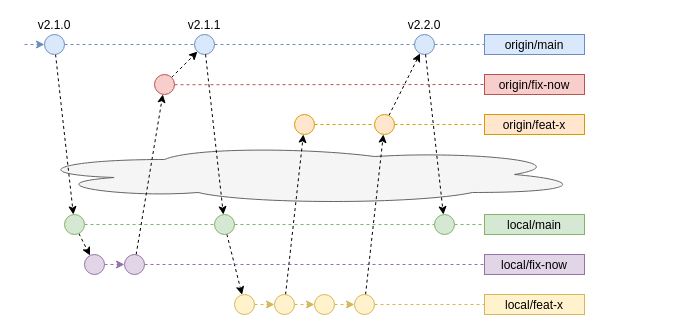
This is page "basic" (1 of 5) of images/workflow.drawio from old-xebis/repository-template, a draw.io file, before an edit. Source tidied: cells renumbered, new cells numbered last; positions are measured from the earlier drawing's top-left corner, leaving out a move shared by most shapes. Both pictures are drawn from the tidied source at 100%, with x=0, y=0 at pixel (24, 34).
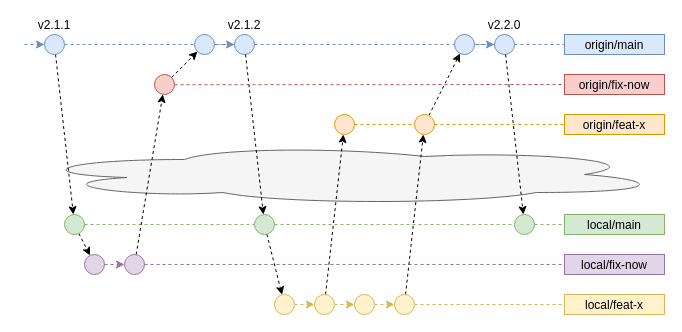
The same page after the edit.

The change refers to these unchanged cells:
```xml
<mxCell id="30" style="ellipse;whiteSpace=wrap;html=1;fillColor=#f8cecc;strokeColor=#b85450;labelPosition=center;verticalLabelPosition=top;align=center;verticalAlign=bottom;fontColor=#000000;rounded=0;" parent="1" vertex="1">
  <mxGeometry x="130" y="40" width="20" height="20" as="geometry" />
</mxCell>
```

What changed in the source:
```diff
@@
     <mxCell id="2" style="ellipse;shape=cloud;whiteSpace=wrap;html=1;verticalAlign=middle;fillColor=#f5f5f5;fontColor=#000000;strokeColor=#666666;rounded=0;" parent="1" vertex="1">
-      <mxGeometry y="110" width="560" height="60" as="geometry" />
+      <mxGeometry y="110" width="640" height="60" as="geometry" />
     </mxCell>
-    <mxCell id="3" style="edgeStyle=orthogonalEdgeStyle;jettySize=auto;html=1;fontColor=#000000;dashed=1;fillColor=#dae8fc;strokeColor=#6c8ebf;endArrow=none;endFill=0;rounded=0;" parent="1" edge="1" source="6" target="8">
-      <mxGeometry relative="1" as="geometry" />
-    </mxCell>
@@
+    <mxCell id="50" style="edgeStyle=orthogonalEdgeStyle;rounded=0;jettySize=auto;html=1;dashed=1;fontColor=#000000;strokeColor=#6c8ebf;fillColor=#dae8fc;endFill=0;endArrow=none;" parent="1" edge="1" source="6" target="53">
+      <mxGeometry relative="1" as="geometry" />
+    </mxCell>
-    <mxCell id="6" value="v2.1.0" style="ellipse;whiteSpace=wrap;html=1;fillColor=#dae8fc;strokeColor=#6c8ebf;labelPosition=center;verticalLabelPosition=top;align=center;verticalAlign=bottom;fontColor=#000000;rounded=0;" parent="1" vertex="1">
+    <mxCell id="6" value="v2.1.1" style="ellipse;whiteSpace=wrap;html=1;fillColor=#dae8fc;strokeColor=#6c8ebf;labelPosition=center;verticalLabelPosition=top;align=center;verticalAlign=bottom;fontColor=#000000;rounded=0;" parent="1" vertex="1">
       <mxGeometry x="20" width="20" height="20" as="geometry" />
     </mxCell>
-    <mxCell id="7" style="edgeStyle=orthogonalEdgeStyle;jettySize=auto;html=1;dashed=1;fontColor=#000000;endArrow=none;endFill=0;strokeColor=#6c8ebf;fillColor=#dae8fc;rounded=0;" parent="1" edge="1" source="8" target="10">
-      <mxGeometry relative="1" as="geometry" />
-    </mxCell>
+    <mxCell id="51" style="edgeStyle=orthogonalEdgeStyle;rounded=0;jettySize=auto;html=1;endArrow=none;endFill=0;dashed=1;fontColor=#000000;strokeColor=#6c8ebf;fillColor=#dae8fc;" parent="1" edge="1" source="8" target="55">
+      <mxGeometry relative="1" as="geometry" />
+    </mxCell>
-    <mxCell id="8" value="v2.1.1" style="ellipse;whiteSpace=wrap;html=1;fillColor=#dae8fc;strokeColor=#6c8ebf;labelPosition=center;verticalLabelPosition=top;align=center;verticalAlign=bottom;fontColor=#000000;rounded=0;" parent="1" vertex="1">
-      <mxGeometry x="170" width="20" height="20" as="geometry" />
+    <mxCell id="8" value="v2.1.2" style="ellipse;whiteSpace=wrap;html=1;fillColor=#dae8fc;strokeColor=#6c8ebf;labelPosition=center;verticalLabelPosition=top;align=center;verticalAlign=bottom;fontColor=#000000;rounded=0;" parent="1" vertex="1">
+      <mxGeometry x="210" width="20" height="20" as="geometry" />
     </mxCell>
@@
     <mxCell id="10" value="v2.2.0" style="ellipse;whiteSpace=wrap;html=1;fillColor=#dae8fc;strokeColor=#6c8ebf;labelPosition=center;verticalLabelPosition=top;align=center;verticalAlign=bottom;fontColor=#000000;rounded=0;" parent="1" vertex="1">
-      <mxGeometry x="390" width="20" height="20" as="geometry" />
+      <mxGeometry x="470" width="20" height="20" as="geometry" />
     </mxCell>
     <mxCell id="11" value="origin/main" style="whiteSpace=wrap;html=1;fontColor=#000000;verticalAlign=bottom;strokeColor=#6c8ebf;fillColor=#dae8fc;rounded=0;" parent="1" vertex="1">
-      <mxGeometry x="460" width="100" height="20" as="geometry" />
+      <mxGeometry x="540" width="100" height="20" as="geometry" />
     </mxCell>
@@
     <mxCell id="17" style="ellipse;whiteSpace=wrap;html=1;fillColor=#d5e8d4;strokeColor=#82b366;labelPosition=center;verticalLabelPosition=top;align=center;verticalAlign=bottom;fontColor=#000000;rounded=0;" parent="1" vertex="1">
-      <mxGeometry x="190" y="180" width="20" height="20" as="geometry" />
+      <mxGeometry x="230" y="180" width="20" height="20" as="geometry" />
     </mxCell>
@@
     <mxCell id="20" style="ellipse;whiteSpace=wrap;html=1;fillColor=#d5e8d4;strokeColor=#82b366;labelPosition=center;verticalLabelPosition=top;align=center;verticalAlign=bottom;fontColor=#000000;rounded=0;" parent="1" vertex="1">
-      <mxGeometry x="410" y="180" width="20" height="20" as="geometry" />
+      <mxGeometry x="490" y="180" width="20" height="20" as="geometry" />
     </mxCell>
@@
     <mxCell id="22" value="local/main" style="whiteSpace=wrap;html=1;verticalAlign=bottom;strokeColor=#82b366;fillColor=#d5e8d4;fontColor=#000000;rounded=0;" parent="1" vertex="1">
-      <mxGeometry x="460" y="180" width="100" height="20" as="geometry" />
+      <mxGeometry x="540" y="180" width="100" height="20" as="geometry" />
     </mxCell>
@@
     <mxCell id="27" value="local/fix-now" style="whiteSpace=wrap;html=1;verticalAlign=bottom;strokeColor=#9673a6;fillColor=#e1d5e7;fontColor=#000000;rounded=0;" parent="1" vertex="1">
-      <mxGeometry x="460" y="220" width="100" height="20" as="geometry" />
+      <mxGeometry x="540" y="220" width="100" height="20" as="geometry" />
     </mxCell>
@@
-    <mxCell id="29" style="edgeStyle=none;jettySize=auto;html=1;dashed=1;fontColor=#000000;endArrow=classic;endFill=1;rounded=0;" parent="1" edge="1" source="30" target="8">
+    <mxCell id="29" style="edgeStyle=none;jettySize=auto;html=1;dashed=1;fontColor=#000000;endArrow=classic;endFill=1;rounded=0;" parent="1" edge="1" source="30" target="53">
       <mxGeometry relative="1" as="geometry" />
     </mxCell>
@@
     <mxCell id="31" value="origin/fix-now" style="whiteSpace=wrap;html=1;verticalAlign=bottom;strokeColor=#b85450;fillColor=#f8cecc;fontColor=#000000;rounded=0;" parent="1" vertex="1">
-      <mxGeometry x="460" y="40" width="100" height="20" as="geometry" />
+      <mxGeometry x="540" y="40" width="100" height="20" as="geometry" />
     </mxCell>
@@
     <mxCell id="33" style="ellipse;whiteSpace=wrap;html=1;fillColor=#fff2cc;strokeColor=#d6b656;labelPosition=center;verticalLabelPosition=top;align=center;verticalAlign=bottom;fontColor=#000000;rounded=0;" parent="1" vertex="1">
-      <mxGeometry x="210" y="260" width="20" height="20" as="geometry" />
+      <mxGeometry x="250" y="260" width="20" height="20" as="geometry" />
     </mxCell>
@@
     <mxCell id="36" style="ellipse;whiteSpace=wrap;html=1;fillColor=#fff2cc;strokeColor=#d6b656;labelPosition=center;verticalLabelPosition=top;align=center;verticalAlign=bottom;fontColor=#000000;rounded=0;" parent="1" vertex="1">
-      <mxGeometry x="250" y="260" width="20" height="20" as="geometry" />
+      <mxGeometry x="290" y="260" width="20" height="20" as="geometry" />
     </mxCell>
@@
     <mxCell id="38" style="ellipse;whiteSpace=wrap;html=1;fillColor=#fff2cc;strokeColor=#d6b656;labelPosition=center;verticalLabelPosition=top;align=center;verticalAlign=bottom;fontColor=#000000;rounded=0;" parent="1" vertex="1">
-      <mxGeometry x="290" y="260" width="20" height="20" as="geometry" />
+      <mxGeometry x="330" y="260" width="20" height="20" as="geometry" />
     </mxCell>
@@
     <mxCell id="41" style="ellipse;whiteSpace=wrap;html=1;fillColor=#fff2cc;strokeColor=#d6b656;labelPosition=center;verticalLabelPosition=top;align=center;verticalAlign=bottom;fontColor=#000000;rounded=0;" parent="1" vertex="1">
-      <mxGeometry x="330" y="260" width="20" height="20" as="geometry" />
+      <mxGeometry x="370" y="260" width="20" height="20" as="geometry" />
     </mxCell>
     <mxCell id="42" value="local/feat-x" style="whiteSpace=wrap;html=1;verticalAlign=bottom;strokeColor=#d6b656;fillColor=#fff2cc;fontColor=#000000;rounded=0;" parent="1" vertex="1">
-      <mxGeometry x="460" y="260" width="100" height="20" as="geometry" />
+      <mxGeometry x="540" y="260" width="100" height="20" as="geometry" />
     </mxCell>
@@
     <mxCell id="44" style="ellipse;whiteSpace=wrap;html=1;fillColor=#ffe6cc;strokeColor=#d79b00;labelPosition=center;verticalLabelPosition=top;align=center;verticalAlign=bottom;fontColor=#000000;rounded=0;" parent="1" vertex="1">
-      <mxGeometry x="270" y="80" width="20" height="20" as="geometry" />
+      <mxGeometry x="310" y="80" width="20" height="20" as="geometry" />
     </mxCell>
-    <mxCell id="45" style="edgeStyle=none;jettySize=auto;html=1;dashed=1;fontColor=#000000;endArrow=classic;endFill=1;rounded=0;" parent="1" edge="1" source="47" target="10">
+    <mxCell id="45" style="edgeStyle=none;jettySize=auto;html=1;dashed=1;fontColor=#000000;endArrow=classic;endFill=1;rounded=0;" parent="1" edge="1" source="47" target="55">
       <mxGeometry relative="1" as="geometry" />
     </mxCell>
@@
     <mxCell id="47" style="ellipse;whiteSpace=wrap;html=1;fillColor=#ffe6cc;strokeColor=#d79b00;labelPosition=center;verticalLabelPosition=top;align=center;verticalAlign=bottom;fontColor=#000000;rounded=0;" parent="1" vertex="1">
-      <mxGeometry x="350" y="80" width="20" height="20" as="geometry" />
+      <mxGeometry x="390" y="80" width="20" height="20" as="geometry" />
     </mxCell>
     <mxCell id="48" value="origin/feat-x" style="whiteSpace=wrap;html=1;verticalAlign=bottom;strokeColor=#d79b00;fillColor=#ffe6cc;fontColor=#000000;rounded=0;" parent="1" vertex="1">
-      <mxGeometry x="460" y="80" width="100" height="20" as="geometry" />
+      <mxGeometry x="540" y="80" width="100" height="20" as="geometry" />
     </mxCell>
@@
+    <mxCell id="52" style="edgeStyle=orthogonalEdgeStyle;rounded=0;jettySize=auto;html=1;dashed=1;fontColor=#000000;strokeColor=#6c8ebf;fillColor=#dae8fc;endFill=1;endArrow=classic;" parent="1" edge="1" source="53" target="8">
+      <mxGeometry relative="1" as="geometry" />
+    </mxCell>
+    <mxCell id="53" style="ellipse;whiteSpace=wrap;html=1;fillColor=#dae8fc;strokeColor=#6c8ebf;labelPosition=center;verticalLabelPosition=top;align=center;verticalAlign=bottom;fontColor=#000000;rounded=0;" parent="1" vertex="1">
+      <mxGeometry x="170" width="20" height="20" as="geometry" />
+    </mxCell>
+    <mxCell id="54" style="edgeStyle=orthogonalEdgeStyle;rounded=0;jettySize=auto;html=1;endArrow=classic;endFill=1;dashed=1;fontColor=#000000;strokeColor=#6c8ebf;fillColor=#dae8fc;" parent="1" edge="1" source="55" target="10">
+      <mxGeometry relative="1" as="geometry" />
+    </mxCell>
+    <mxCell id="55" style="ellipse;whiteSpace=wrap;html=1;fillColor=#dae8fc;strokeColor=#6c8ebf;labelPosition=center;verticalLabelPosition=top;align=center;verticalAlign=bottom;fontColor=#000000;rounded=0;" parent="1" vertex="1">
+      <mxGeometry x="430" width="20" height="20" as="geometry" />
+    </mxCell>
```
